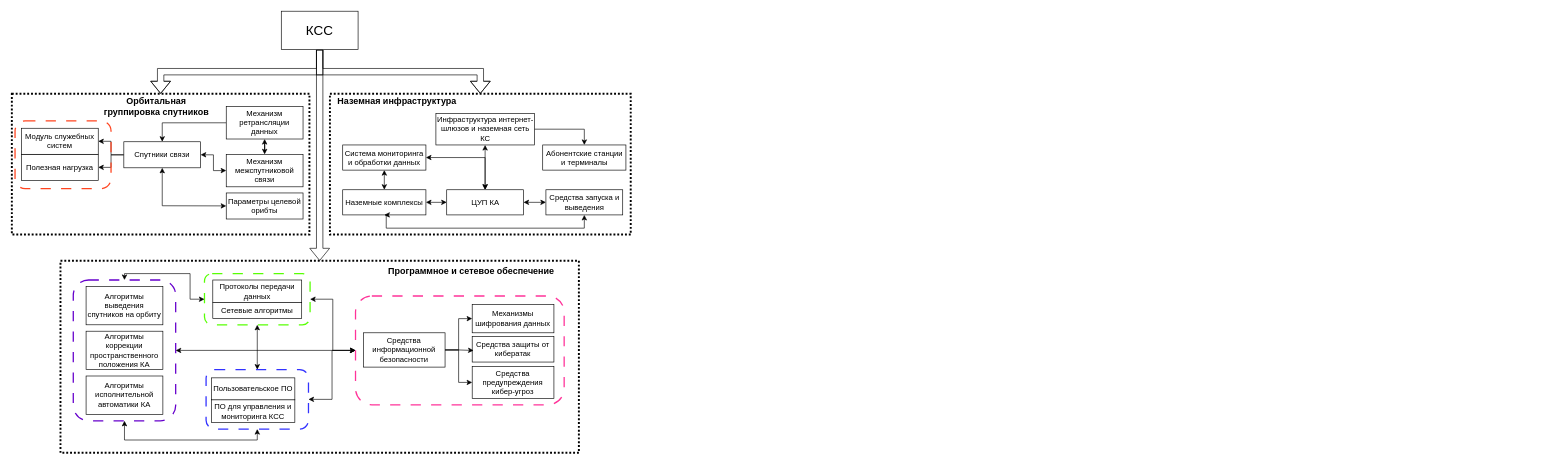
Before: Диаграмма без названия.drawio in ilyasoloma/draw-io-graphs, a draw.io diagram. Source tidied: cells renumbered, new cells numbered last; positions are measured from the earlier drawing's top-left corner, leaving out a move shared by most shapes. Both pictures are drawn from the tidied source at 64%, with x=0, y=0 at pixel (12, 11).
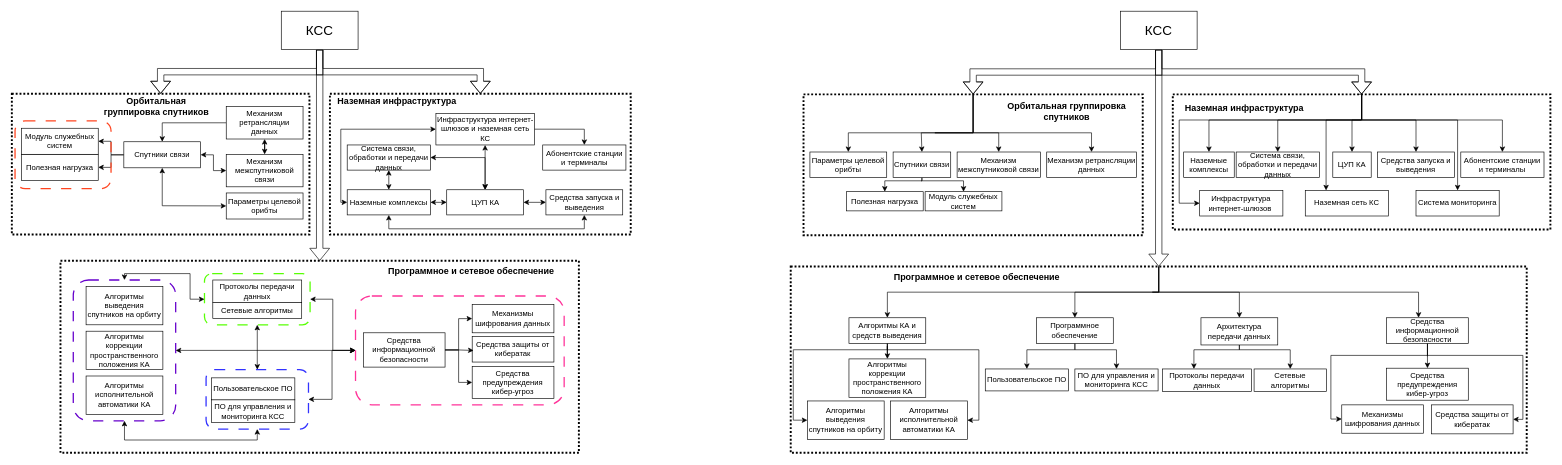
The same page after the edit.

The change refers to these unchanged cells:
```xml
<mxCell id="2" style="group;strokeWidth=4;" parent="1" vertex="1">
  <mxGeometry x="497" y="129" width="470" height="220" as="geometry" />
</mxCell>
<mxCell id="8" value="Инфраструктура интернет-шлюзов и наземная сеть КС" style="rounded=0;whiteSpace=wrap;html=1;" parent="2" vertex="1">
  <mxGeometry x="165.6" y="30.7" width="153.8" height="49.3" as="geometry" />
</mxCell>
<mxCell id="10" value="Средства запуска и выведения" style="rounded=0;whiteSpace=wrap;html=1;" parent="2" vertex="1">
  <mxGeometry x="337.5" y="150" width="120" height="39.3" as="geometry" />
</mxCell>
```

The edit, as a diff of the source:
```diff
@@
     <mxCell id="6" value="Наземные комплексы" style="rounded=0;whiteSpace=wrap;html=1;" parent="2" vertex="1">
-      <mxGeometry x="20" y="150" width="130" height="39.3" as="geometry" />
+      <mxGeometry x="27" y="150" width="130" height="39.3" as="geometry" />
     </mxCell>
@@
-    <mxCell id="14" value="Система мониторинга и обработки данных" style="rounded=0;whiteSpace=wrap;html=1;" parent="2" vertex="1">
-      <mxGeometry x="20" y="80" width="130" height="39.3" as="geometry" />
+    <mxCell id="14" value="Система связи, обработки и передачи данных" style="rounded=0;whiteSpace=wrap;html=1;" parent="2" vertex="1">
+      <mxGeometry x="27" y="80" width="130" height="39.3" as="geometry" />
     </mxCell>
@@
+    <mxCell id="69" style="endArrow=classic;startArrow=classic;html=1;rounded=0;entryX=0;entryY=0.5;entryDx=0;entryDy=0;exitX=0;exitY=0.5;exitDx=0;exitDy=0;edgeStyle=orthogonalEdgeStyle;" parent="2" edge="1" source="6" target="8">
+      <mxGeometry relative="1" as="geometry" />
+    </mxCell>
     <mxCell id="17" style="endArrow=classic;startArrow=classic;html=1;rounded=0;entryX=0.5;entryY=1;entryDx=0;entryDy=0;exitX=0.5;exitY=1;exitDx=0;exitDy=0;edgeStyle=orthogonalEdgeStyle;" parent="2" edge="1" source="6" target="10">
       <mxGeometry relative="1" as="geometry">
         <Array as="points">
-          <mxPoint x="88" y="210" />
-          <mxPoint x="398" y="210" />
+          <mxPoint x="92" y="211" />
+          <mxPoint x="398" y="211" />
         </Array>
       </mxGeometry>
     </mxCell>
@@
+    <mxCell id="70" style="edgeStyle=orthogonalEdgeStyle;rounded=0;jettySize=auto;html=1;exitX=0.5;exitY=1;exitDx=0;exitDy=0;shape=flexArrow;" parent="1" edge="1" source="73" target="75">
+      <mxGeometry relative="1" as="geometry" />
+    </mxCell>
+    <mxCell id="71" style="edgeStyle=orthogonalEdgeStyle;rounded=0;jettySize=auto;html=1;exitX=0.5;exitY=1;exitDx=0;exitDy=0;shape=flexArrow;" parent="1" edge="1" source="73" target="90">
+      <mxGeometry relative="1" as="geometry" />
+    </mxCell>
+    <mxCell id="72" style="edgeStyle=orthogonalEdgeStyle;rounded=0;jettySize=auto;html=1;entryX=0.5;entryY=0;entryDx=0;entryDy=0;shape=flexArrow;" parent="1" edge="1" source="73" target="109">
+      <mxGeometry relative="1" as="geometry" />
+    </mxCell>
+    <mxCell id="73" value="&lt;font style=&quot;font-size: 21px;&quot;&gt;КСС&lt;/font&gt;" style="rounded=0;whiteSpace=wrap;html=1;" parent="1" vertex="1">
+      <mxGeometry x="1732" width="120" height="60" as="geometry" />
+    </mxCell>
+    <mxCell id="74" style="group;" parent="1" vertex="1">
+      <mxGeometry x="1237" y="130" width="530" height="220" as="geometry" />
+    </mxCell>
+    <mxCell id="75" style="rounded=0;whiteSpace=wrap;html=1;fillColor=none;dashed=1;dashPattern=1 1;strokeWidth=3;" parent="74" vertex="1">
+      <mxGeometry width="530" height="220" as="geometry" />
+    </mxCell>
+    <mxCell id="76" style="edgeStyle=orthogonalEdgeStyle;rounded=0;jettySize=auto;html=1;exitX=0.5;exitY=0;exitDx=0;exitDy=0;entryX=0.5;entryY=0;entryDx=0;entryDy=0;" parent="74" edge="1" source="75" target="84">
+      <mxGeometry relative="1" as="geometry">
+        <Array as="points">
+          <mxPoint x="205" y="60" />
+          <mxPoint x="184" y="60" />
+          <mxPoint x="184" y="87" />
+        </Array>
+      </mxGeometry>
+    </mxCell>
+    <mxCell id="77" style="edgeStyle=orthogonalEdgeStyle;rounded=0;jettySize=auto;html=1;exitX=0.5;exitY=0;exitDx=0;exitDy=0;entryX=0.5;entryY=0;entryDx=0;entryDy=0;" parent="74" edge="1" source="75" target="80">
+      <mxGeometry relative="1" as="geometry">
+        <Array as="points">
+          <mxPoint x="205" y="60" />
+          <mxPoint x="72" y="60" />
+        </Array>
+      </mxGeometry>
+    </mxCell>
+    <mxCell id="78" style="edgeStyle=orthogonalEdgeStyle;rounded=0;jettySize=auto;html=1;exitX=0.5;exitY=0;exitDx=0;exitDy=0;entryX=0.5;entryY=0;entryDx=0;entryDy=0;" parent="74" edge="1" source="75" target="81">
+      <mxGeometry relative="1" as="geometry">
+        <Array as="points">
+          <mxPoint x="205" y="60" />
+          <mxPoint x="304" y="60" />
+        </Array>
+      </mxGeometry>
+    </mxCell>
+    <mxCell id="79" style="edgeStyle=orthogonalEdgeStyle;rounded=0;jettySize=auto;html=1;exitX=0.5;exitY=0;exitDx=0;exitDy=0;" parent="74" edge="1" source="75" target="85">
+      <mxGeometry relative="1" as="geometry">
+        <Array as="points">
+          <mxPoint x="265" y="60" />
+          <mxPoint x="450" y="60" />
+        </Array>
+      </mxGeometry>
+    </mxCell>
+    <mxCell id="80" value="Параметры целевой орибты" style="rounded=0;whiteSpace=wrap;html=1;" parent="74" vertex="1">
+      <mxGeometry x="10" y="90" width="120" height="40" as="geometry" />
+    </mxCell>
+    <mxCell id="81" value="Механизм межспутниковой связи" style="rounded=0;whiteSpace=wrap;html=1;" parent="74" vertex="1">
+      <mxGeometry x="240" y="90" width="130" height="40" as="geometry" />
+    </mxCell>
+    <mxCell id="82" style="edgeStyle=orthogonalEdgeStyle;rounded=0;jettySize=auto;html=1;exitX=0.5;exitY=1;exitDx=0;exitDy=0;entryX=0.5;entryY=0;entryDx=0;entryDy=0;" parent="74" edge="1" source="84" target="87">
+      <mxGeometry relative="1" as="geometry">
+        <Array as="points">
+          <mxPoint x="184" y="135" />
+          <mxPoint x="126" y="135" />
+        </Array>
+      </mxGeometry>
+    </mxCell>
+    <mxCell id="83" style="edgeStyle=orthogonalEdgeStyle;rounded=0;jettySize=auto;html=1;exitX=0.5;exitY=1;exitDx=0;exitDy=0;entryX=0.5;entryY=0;entryDx=0;entryDy=0;" parent="74" edge="1" source="84" target="88">
+      <mxGeometry relative="1" as="geometry">
+        <Array as="points">
+          <mxPoint x="184" y="135" />
+          <mxPoint x="249" y="135" />
+        </Array>
+      </mxGeometry>
+    </mxCell>
+    <mxCell id="84" value="Спутники связи" style="rounded=0;whiteSpace=wrap;html=1;" parent="74" vertex="1">
+      <mxGeometry x="140" y="90" width="90" height="40" as="geometry" />
+    </mxCell>
+    <mxCell id="85" value="Механизм ретрансляции данных" style="rounded=0;whiteSpace=wrap;html=1;" parent="74" vertex="1">
+      <mxGeometry x="380" y="90" width="140" height="40" as="geometry" />
+    </mxCell>
+    <mxCell id="86" value="&lt;b&gt;&lt;font style=&quot;font-size: 14px;&quot;&gt;Орбитальная группировка спутников&lt;/font&gt;&lt;/b&gt;" style="rounded=0;whiteSpace=wrap;html=1;fillColor=none;strokeColor=none;" parent="74" vertex="1">
+      <mxGeometry x="299" y="16" width="225" height="20.4" as="geometry" />
+    </mxCell>
+    <mxCell id="87" value="Полезная нагрузка" style="rounded=0;whiteSpace=wrap;html=1;" parent="74" vertex="1">
+      <mxGeometry x="67" y="152" width="120" height="30" as="geometry" />
+    </mxCell>
+    <mxCell id="88" value="Модуль служебных систем" style="rounded=0;whiteSpace=wrap;html=1;" parent="74" vertex="1">
+      <mxGeometry x="190" y="152" width="120" height="30" as="geometry" />
+    </mxCell>
+    <mxCell id="89" style="group;" parent="1" vertex="1">
+      <mxGeometry x="1814" y="130" width="590" height="211" as="geometry" />
+    </mxCell>
+    <mxCell id="90" style="rounded=0;whiteSpace=wrap;html=1;fillColor=none;dashed=1;dashPattern=1 1;strokeWidth=3;" parent="89" vertex="1">
+      <mxGeometry width="590" height="211" as="geometry" />
+    </mxCell>
+    <mxCell id="91" style="edgeStyle=orthogonalEdgeStyle;rounded=0;jettySize=auto;html=1;exitX=0.5;exitY=0;exitDx=0;exitDy=0;entryX=0.5;entryY=0;entryDx=0;entryDy=0;" parent="89" edge="1" source="90" target="100">
+      <mxGeometry relative="1" as="geometry">
+        <Array as="points">
+          <mxPoint x="295" y="40" />
+          <mxPoint x="164" y="40" />
+        </Array>
+      </mxGeometry>
+    </mxCell>
+    <mxCell id="92" style="edgeStyle=orthogonalEdgeStyle;rounded=0;jettySize=auto;html=1;exitX=0.5;exitY=0;exitDx=0;exitDy=0;entryX=0.5;entryY=0;entryDx=0;entryDy=0;" parent="89" edge="1" source="90" target="96">
+      <mxGeometry relative="1" as="geometry">
+        <Array as="points">
+          <mxPoint x="295" y="40" />
+          <mxPoint x="57" y="40" />
+          <mxPoint x="57" y="90" />
+        </Array>
+      </mxGeometry>
+    </mxCell>
+    <mxCell id="93" style="edgeStyle=orthogonalEdgeStyle;rounded=0;jettySize=auto;html=1;exitX=0.5;exitY=0;exitDx=0;exitDy=0;entryX=0;entryY=0.5;entryDx=0;entryDy=0;" parent="89" edge="1" source="90" target="97">
+      <mxGeometry relative="1" as="geometry">
+        <Array as="points">
+          <mxPoint x="295" y="40" />
+          <mxPoint x="10" y="40" />
+          <mxPoint x="10" y="170" />
+        </Array>
+      </mxGeometry>
+    </mxCell>
+    <mxCell id="94" value="&lt;b&gt;&lt;font style=&quot;font-size: 14px;&quot;&gt;Наземная инфраструктура&lt;/font&gt;&lt;/b&gt;" style="rounded=0;whiteSpace=wrap;html=1;fillColor=none;strokeColor=none;" parent="89" vertex="1">
+      <mxGeometry x="17" y="9" width="190" height="23.6" as="geometry" />
+    </mxCell>
+    <mxCell id="95" value="ЦУП КА" style="rounded=0;whiteSpace=wrap;html=1;" parent="89" vertex="1">
+      <mxGeometry x="250" y="90" width="60" height="40" as="geometry" />
+    </mxCell>
+    <mxCell id="96" value="Наземные комплексы" style="rounded=0;whiteSpace=wrap;html=1;" parent="89" vertex="1">
+      <mxGeometry x="17" y="90" width="79" height="40" as="geometry" />
+    </mxCell>
+    <mxCell id="97" value="Инфраструктура интернет-шлюзов&amp;nbsp;" style="rounded=0;whiteSpace=wrap;html=1;" parent="89" vertex="1">
+      <mxGeometry x="42" y="150" width="130" height="40" as="geometry" />
+    </mxCell>
+    <mxCell id="98" value="Абонентские станции и терминалы" style="rounded=0;whiteSpace=wrap;html=1;" parent="89" vertex="1">
+      <mxGeometry x="450" y="90" width="130" height="40" as="geometry" />
+    </mxCell>
+    <mxCell id="99" value="Средства запуска и выведения" style="rounded=0;whiteSpace=wrap;html=1;" parent="89" vertex="1">
+      <mxGeometry x="320" y="90" width="120" height="40" as="geometry" />
+    </mxCell>
+    <mxCell id="100" value="Система связи, обработки и передачи данных" style="rounded=0;whiteSpace=wrap;html=1;" parent="89" vertex="1">
+      <mxGeometry x="99" y="90" width="130" height="40" as="geometry" />
+    </mxCell>
+    <mxCell id="101" value="Наземная сеть КС" style="rounded=0;whiteSpace=wrap;html=1;" parent="89" vertex="1">
+      <mxGeometry x="207" y="150" width="130" height="40" as="geometry" />
+    </mxCell>
+    <mxCell id="102" value="Система мониторинга" style="rounded=0;whiteSpace=wrap;html=1;" parent="89" vertex="1">
+      <mxGeometry x="380" y="150" width="130" height="40" as="geometry" />
+    </mxCell>
+    <mxCell id="103" style="endArrow=classic;html=1;rounded=0;entryX=0.5;entryY=0;entryDx=0;entryDy=0;exitX=0.5;exitY=0;exitDx=0;exitDy=0;edgeStyle=orthogonalEdgeStyle;" parent="89" edge="1" source="90" target="95">
+      <mxGeometry relative="1" as="geometry">
+        <Array as="points">
+          <mxPoint x="295" y="40" />
+          <mxPoint x="280" y="40" />
+        </Array>
+      </mxGeometry>
+    </mxCell>
+    <mxCell id="104" style="endArrow=classic;html=1;rounded=0;exitX=0.5;exitY=0;exitDx=0;exitDy=0;entryX=0.5;entryY=0;entryDx=0;entryDy=0;edgeStyle=orthogonalEdgeStyle;" parent="89" edge="1" source="90" target="99">
+      <mxGeometry relative="1" as="geometry">
+        <Array as="points">
+          <mxPoint x="295" y="40" />
+          <mxPoint x="380" y="40" />
+        </Array>
+      </mxGeometry>
+    </mxCell>
+    <mxCell id="105" style="endArrow=classic;html=1;rounded=0;entryX=0.5;entryY=0;entryDx=0;entryDy=0;exitX=0.5;exitY=0;exitDx=0;exitDy=0;edgeStyle=orthogonalEdgeStyle;" parent="89" edge="1" source="90" target="98">
+      <mxGeometry relative="1" as="geometry">
+        <Array as="points">
+          <mxPoint x="295" y="40" />
+          <mxPoint x="515" y="40" />
+        </Array>
+      </mxGeometry>
+    </mxCell>
+    <mxCell id="106" style="endArrow=classic;html=1;rounded=0;entryX=0.5;entryY=0;entryDx=0;entryDy=0;exitX=0.493;exitY=-0.001;exitDx=0;exitDy=0;exitPerimeter=0;edgeStyle=orthogonalEdgeStyle;" parent="89" edge="1" source="90" target="102">
+      <mxGeometry relative="1" as="geometry">
+        <Array as="points">
+          <mxPoint x="295" />
+          <mxPoint x="295" y="40" />
+          <mxPoint x="445" y="40" />
+        </Array>
+      </mxGeometry>
+    </mxCell>
+    <mxCell id="107" style="endArrow=classic;html=1;rounded=0;entryX=0.25;entryY=0;entryDx=0;entryDy=0;exitX=0.5;exitY=0;exitDx=0;exitDy=0;edgeStyle=orthogonalEdgeStyle;" parent="89" edge="1" source="90" target="101">
+      <mxGeometry relative="1" as="geometry">
+        <Array as="points">
+          <mxPoint x="295" y="40" />
+          <mxPoint x="240" y="40" />
+          <mxPoint x="240" y="150" />
+        </Array>
+      </mxGeometry>
+    </mxCell>
+    <mxCell id="108" style="group;" parent="1" vertex="1">
+      <mxGeometry x="1217" y="399" width="1150" height="291" as="geometry" />
+    </mxCell>
+    <mxCell id="109" style="rounded=0;whiteSpace=wrap;html=1;fillColor=none;dashed=1;dashPattern=1 1;strokeWidth=3;" parent="108" vertex="1">
+      <mxGeometry width="1150" height="291" as="geometry" />
+    </mxCell>
+    <mxCell id="110" style="edgeStyle=orthogonalEdgeStyle;rounded=0;jettySize=auto;html=1;exitX=0.5;exitY=0;exitDx=0;exitDy=0;entryX=0.5;entryY=0;entryDx=0;entryDy=0;" parent="108" edge="1" source="109" target="128">
+      <mxGeometry relative="1" as="geometry">
+        <Array as="points">
+          <mxPoint x="565" y="40" />
+          <mxPoint x="687" y="40" />
+        </Array>
+      </mxGeometry>
+    </mxCell>
+    <mxCell id="111" style="edgeStyle=orthogonalEdgeStyle;rounded=0;jettySize=auto;html=1;exitX=0.5;exitY=0;exitDx=0;exitDy=0;" parent="108" edge="1" source="109" target="133">
+      <mxGeometry relative="1" as="geometry">
+        <Array as="points">
+          <mxPoint x="575" y="40" />
+          <mxPoint x="444" y="40" />
+        </Array>
+      </mxGeometry>
+    </mxCell>
+    <mxCell id="112" style="edgeStyle=orthogonalEdgeStyle;rounded=0;jettySize=auto;html=1;exitX=0.5;exitY=0;exitDx=0;exitDy=0;" parent="108" edge="1" source="109" target="121">
+      <mxGeometry relative="1" as="geometry">
+        <Array as="points">
+          <mxPoint x="575" y="40" />
+          <mxPoint x="981" y="40" />
+        </Array>
+      </mxGeometry>
+    </mxCell>
+    <mxCell id="113" style="edgeStyle=orthogonalEdgeStyle;rounded=0;jettySize=auto;html=1;exitX=0.5;exitY=0;exitDx=0;exitDy=0;entryX=0.5;entryY=0;entryDx=0;entryDy=0;" parent="108" edge="1" source="109" target="138">
+      <mxGeometry relative="1" as="geometry">
+        <Array as="points">
+          <mxPoint x="575" y="40" />
+          <mxPoint x="151" y="40" />
+        </Array>
+      </mxGeometry>
+    </mxCell>
+    <mxCell id="114" value="Протоколы передачи данных" style="rounded=0;whiteSpace=wrap;html=1;" parent="108" vertex="1">
+      <mxGeometry x="581" y="160" width="138.9" height="35" as="geometry" />
+    </mxCell>
+    <mxCell id="115" value="&lt;b&gt;&lt;font style=&quot;font-size: 14px;&quot;&gt;Программное и сетевое обеспечение&lt;/font&gt;&lt;/b&gt;" style="rounded=0;whiteSpace=wrap;html=1;fillColor=none;strokeColor=none;" parent="108" vertex="1">
+      <mxGeometry x="160" width="261.6" height="32.1" as="geometry" />
+    </mxCell>
+    <mxCell id="116" value="Механизмы шифрования данных" style="whiteSpace=wrap;html=1;rounded=0;" parent="108" vertex="1">
+      <mxGeometry x="861" y="216.1" width="127.7" height="44.3" as="geometry" />
+    </mxCell>
+    <mxCell id="117" value="Средства защиты от кибератак" style="whiteSpace=wrap;html=1;rounded=0;" parent="108" vertex="1">
+      <mxGeometry x="1001" y="216.1" width="127.7" height="45.3" as="geometry" />
+    </mxCell>
+    <mxCell id="118" style="edgeStyle=orthogonalEdgeStyle;rounded=0;jettySize=auto;html=1;entryX=0;entryY=0.5;entryDx=0;entryDy=0;" parent="108" edge="1" source="121" target="116">
+      <mxGeometry relative="1" as="geometry">
+        <Array as="points">
+          <mxPoint x="995" y="138.8" />
+          <mxPoint x="844" y="138.8" />
+          <mxPoint x="844" y="238.8" />
+          <mxPoint x="861" y="238.8" />
+        </Array>
+      </mxGeometry>
+    </mxCell>
+    <mxCell id="119" style="edgeStyle=orthogonalEdgeStyle;rounded=0;jettySize=auto;html=1;" parent="108" edge="1" source="121" target="122">
+      <mxGeometry relative="1" as="geometry" />
+    </mxCell>
+    <mxCell id="120" style="edgeStyle=orthogonalEdgeStyle;rounded=0;jettySize=auto;html=1;entryX=1;entryY=0.5;entryDx=0;entryDy=0;" parent="108" edge="1" source="121" target="117">
+      <mxGeometry relative="1" as="geometry">
+        <Array as="points">
+          <mxPoint x="995" y="138.8" />
+          <mxPoint x="1144" y="138.8" />
+          <mxPoint x="1144" y="238.8" />
+        </Array>
+      </mxGeometry>
+    </mxCell>
+    <mxCell id="121" value="Средства информационной безопасности" style="rounded=0;whiteSpace=wrap;html=1;" parent="108" vertex="1">
+      <mxGeometry x="931" y="80" width="127.7" height="40" as="geometry" />
+    </mxCell>
+    <mxCell id="122" value="Средства предупреждения кибер-угроз" style="whiteSpace=wrap;html=1;rounded=0;" parent="108" vertex="1">
+      <mxGeometry x="931" y="158.8" width="127.7" height="50" as="geometry" />
+    </mxCell>
+    <mxCell id="123" value="Алгоритмы выведения спутников на орбиту" style="rounded=0;whiteSpace=wrap;html=1;" parent="108" vertex="1">
+      <mxGeometry x="26" y="210" width="120" height="60" as="geometry" />
+    </mxCell>
+    <mxCell id="124" value="Алгоритмы коррекции пространственного положения КА" style="rounded=0;whiteSpace=wrap;html=1;" parent="108" vertex="1">
+      <mxGeometry x="91" y="144.3" width="120" height="60" as="geometry" />
+    </mxCell>
+    <mxCell id="125" value="Алгоритмы исполнительной автоматики КА" style="rounded=0;whiteSpace=wrap;html=1;" parent="108" vertex="1">
+      <mxGeometry x="156" y="210" width="120" height="60" as="geometry" />
+    </mxCell>
+    <mxCell id="126" style="edgeStyle=orthogonalEdgeStyle;rounded=0;jettySize=auto;html=1;" parent="108" edge="1" source="128" target="114">
+      <mxGeometry relative="1" as="geometry">
+        <Array as="points">
+          <mxPoint x="701" y="130" />
+          <mxPoint x="630" y="130" />
+        </Array>
+      </mxGeometry>
+    </mxCell>
+    <mxCell id="127" style="edgeStyle=orthogonalEdgeStyle;rounded=0;jettySize=auto;html=1;entryX=0.5;entryY=0;entryDx=0;entryDy=0;" parent="108" edge="1" source="128" target="139">
+      <mxGeometry relative="1" as="geometry">
+        <Array as="points">
+          <mxPoint x="701" y="130" />
+          <mxPoint x="781" y="130" />
+        </Array>
+      </mxGeometry>
+    </mxCell>
+    <mxCell id="128" value="Архитектура передачи данных" style="rounded=0;whiteSpace=wrap;html=1;" parent="108" vertex="1">
+      <mxGeometry x="641" y="80" width="120" height="42.5" as="geometry" />
+    </mxCell>
+    <mxCell id="129" style="group;" parent="108" vertex="1">
+      <mxGeometry x="304" y="80" width="270" height="105.4" as="geometry" />
+    </mxCell>
+    <mxCell id="130" value="Пользовательское ПО" style="rounded=0;whiteSpace=wrap;html=1;" parent="129" vertex="1">
+      <mxGeometry y="80" width="130" height="34.3" as="geometry" />
+    </mxCell>
+    <mxCell id="131" style="edgeStyle=orthogonalEdgeStyle;rounded=0;jettySize=auto;html=1;" parent="129" edge="1" source="133" target="130">
+      <mxGeometry relative="1" as="geometry">
+        <Array as="points">
+          <mxPoint x="140" y="50" />
+          <mxPoint x="65" y="50" />
+        </Array>
+      </mxGeometry>
+    </mxCell>
+    <mxCell id="132" style="edgeStyle=orthogonalEdgeStyle;rounded=0;jettySize=auto;html=1;" parent="129" edge="1" source="133" target="134">
+      <mxGeometry relative="1" as="geometry">
+        <Array as="points">
+          <mxPoint x="140" y="50" />
+          <mxPoint x="205" y="50" />
+        </Array>
+      </mxGeometry>
+    </mxCell>
+    <mxCell id="133" value="Программное обеспечение" style="rounded=0;whiteSpace=wrap;html=1;" parent="129" vertex="1">
+      <mxGeometry x="80" width="120" height="40" as="geometry" />
+    </mxCell>
+    <mxCell id="134" value="ПО для управления и мониторинга КСС" style="rounded=0;whiteSpace=wrap;html=1;" parent="129" vertex="1">
+      <mxGeometry x="140" y="80" width="130" height="34.3" as="geometry" />
+    </mxCell>
+    <mxCell id="135" style="edgeStyle=orthogonalEdgeStyle;rounded=0;jettySize=auto;html=1;entryX=0;entryY=0.5;entryDx=0;entryDy=0;" parent="108" edge="1" source="138" target="123">
+      <mxGeometry relative="1" as="geometry">
+        <Array as="points">
+          <mxPoint x="151" y="130" />
+          <mxPoint x="4" y="130" />
+          <mxPoint x="4" y="240" />
+        </Array>
+      </mxGeometry>
+    </mxCell>
+    <mxCell id="136" style="edgeStyle=orthogonalEdgeStyle;rounded=0;jettySize=auto;html=1;" parent="108" edge="1" source="138" target="124">
+      <mxGeometry relative="1" as="geometry" />
+    </mxCell>
+    <mxCell id="137" style="edgeStyle=orthogonalEdgeStyle;rounded=0;jettySize=auto;html=1;exitX=0.5;exitY=1;exitDx=0;exitDy=0;" parent="108" edge="1" source="138" target="125">
+      <mxGeometry relative="1" as="geometry">
+        <Array as="points">
+          <mxPoint x="151" y="130" />
+          <mxPoint x="294" y="130" />
+          <mxPoint x="294" y="240" />
+        </Array>
+      </mxGeometry>
+    </mxCell>
+    <mxCell id="138" value="Алгоритмы КА и средств выведения" style="rounded=0;whiteSpace=wrap;html=1;" parent="108" vertex="1">
+      <mxGeometry x="91" y="80" width="120" height="40" as="geometry" />
+    </mxCell>
+    <mxCell id="139" value="Сетевые алгоритмы" style="rounded=0;whiteSpace=wrap;html=1;" parent="108" vertex="1">
+      <mxGeometry x="724" y="160" width="113" height="35" as="geometry" />
+    </mxCell>
```
